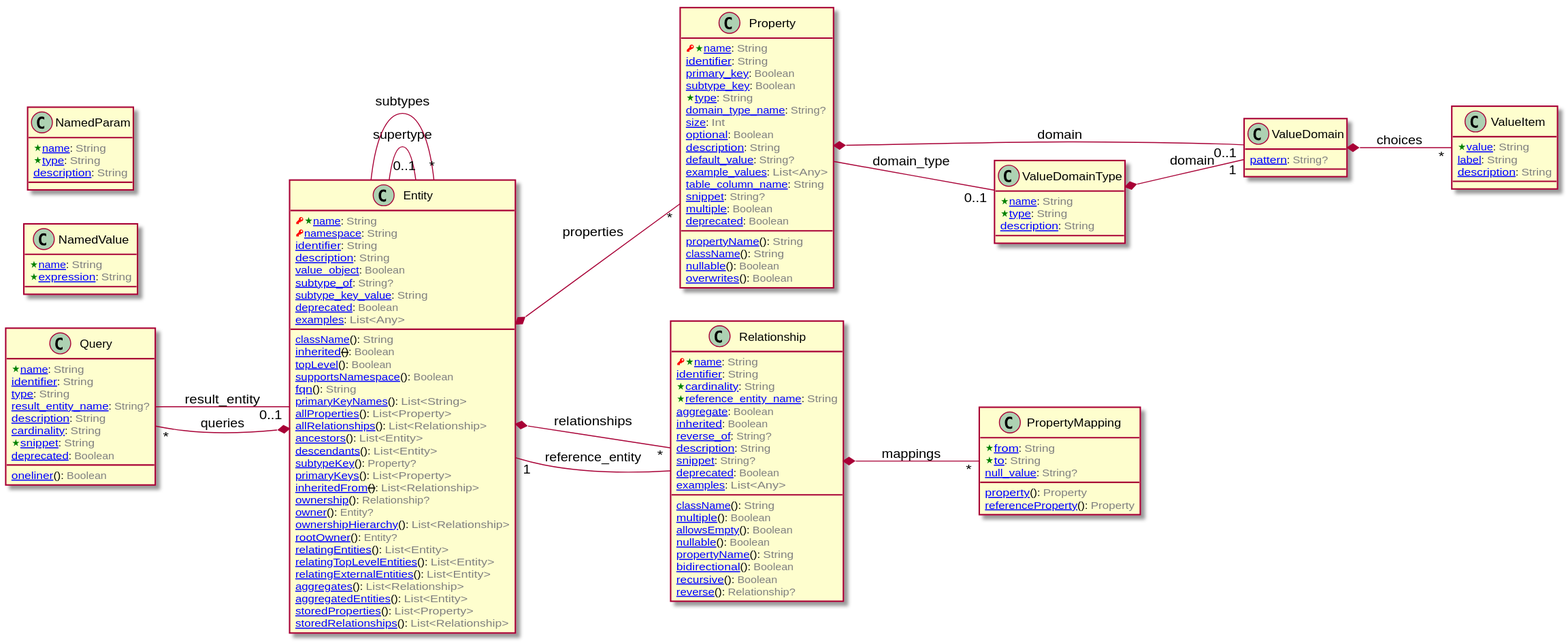
The PlantUML diagram doc/image/model-diagram.svg in laplacian-core/metamodel, before a commit.
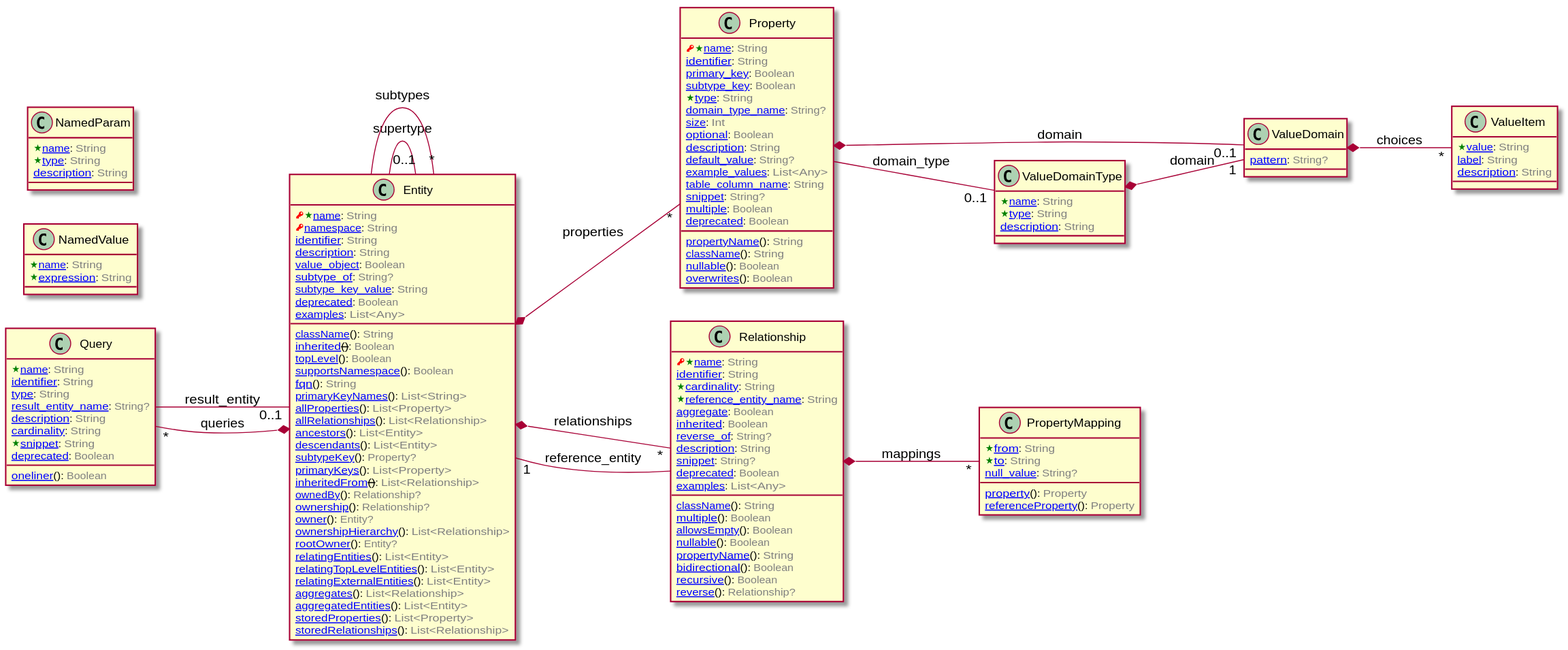
The same file after the commit.

What changed in the source:
```diff
@@ -47,6 +47,7 @@
   [[https://github.com/nabla-squared/laplacian.model.metamodel/blob/master/doc/entities/Entity.md#subtype_key-property subtypeKey]](): <color:GRAY>Property?</color>
   [[https://github.com/nabla-squared/laplacian.model.metamodel/blob/master/doc/entities/Entity.md#primary_keys-listProperty primaryKeys]](): <color:GRAY>List<Property></color>
   <s:RED>[[https://github.com/nabla-squared/laplacian.model.metamodel/blob/master/doc/entities/Entity.md#inherited_from-listRelationship inheritedFrom]]()</s>: <color:GRAY>List<Relationship></color>
+  [[https://github.com/nabla-squared/laplacian.model.metamodel/blob/master/doc/entities/Entity.md#owned_by-relationship ownedBy]](): <color:GRAY>Relationship?</color>
   [[https://github.com/nabla-squared/laplacian.model.metamodel/blob/master/doc/entities/Entity.md#ownership-relationship ownership]](): <color:GRAY>Relationship?</color>
   [[https://github.com/nabla-squared/laplacian.model.metamodel/blob/master/doc/entities/Entity.md#owner-entity owner]](): <color:GRAY>Entity?</color>
   [[https://github.com/nabla-squared/laplacian.model.metamodel/blob/master/doc/entities/Entity.md#ownership_hierarchy-listRelationship ownershipHierarchy]](): <color:GRAY>List<Relationship></color>
```
